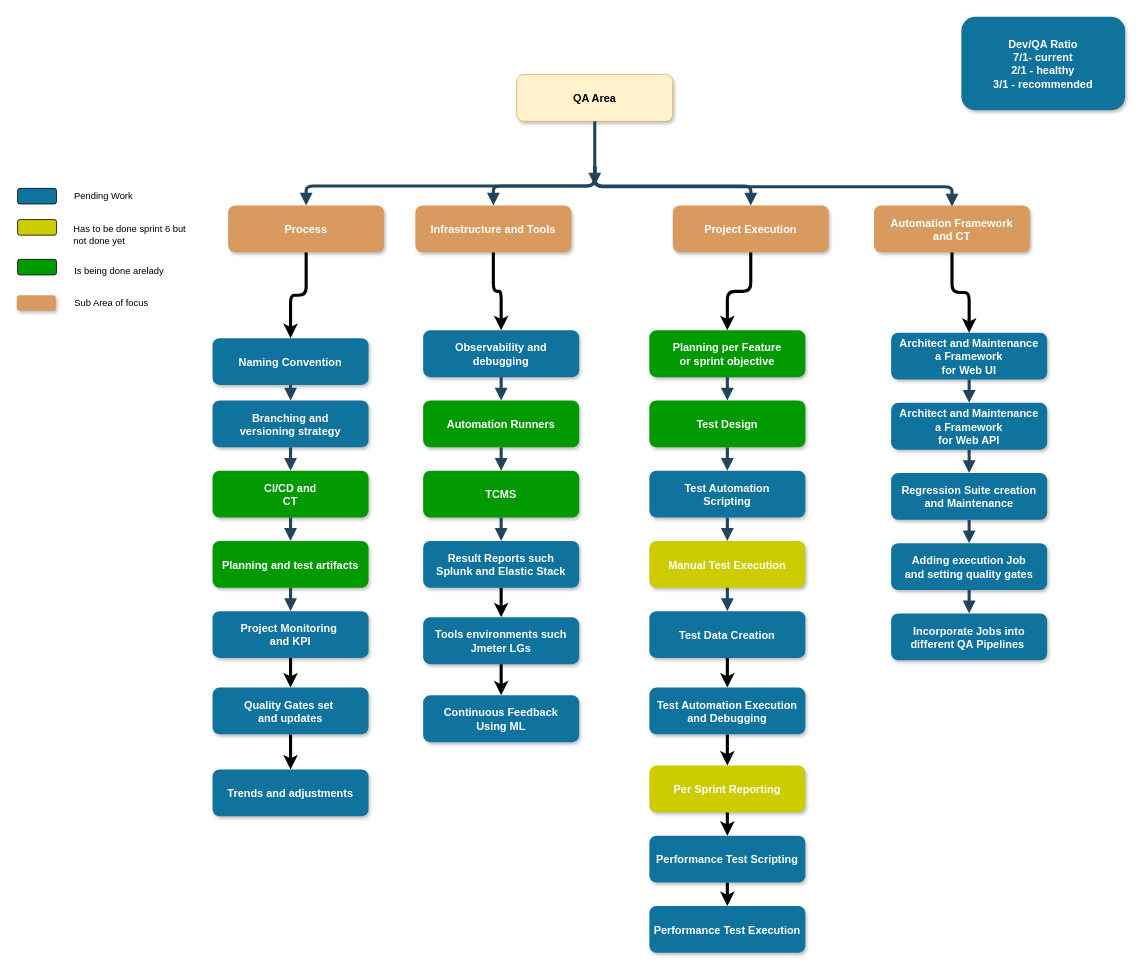
Before: page "General Areas of Work" (1 of 2) of 2 - QA Area.drawio in angeleliseo/qa_process, a draw.io diagram. Source tidied: cells renumbered, new cells numbered last; positions are measured from the earlier drawing's top-left corner, leaving out a move shared by most shapes. Both pictures are drawn from the tidied source at 78%, with x=0, y=0 at pixel (16, 16).
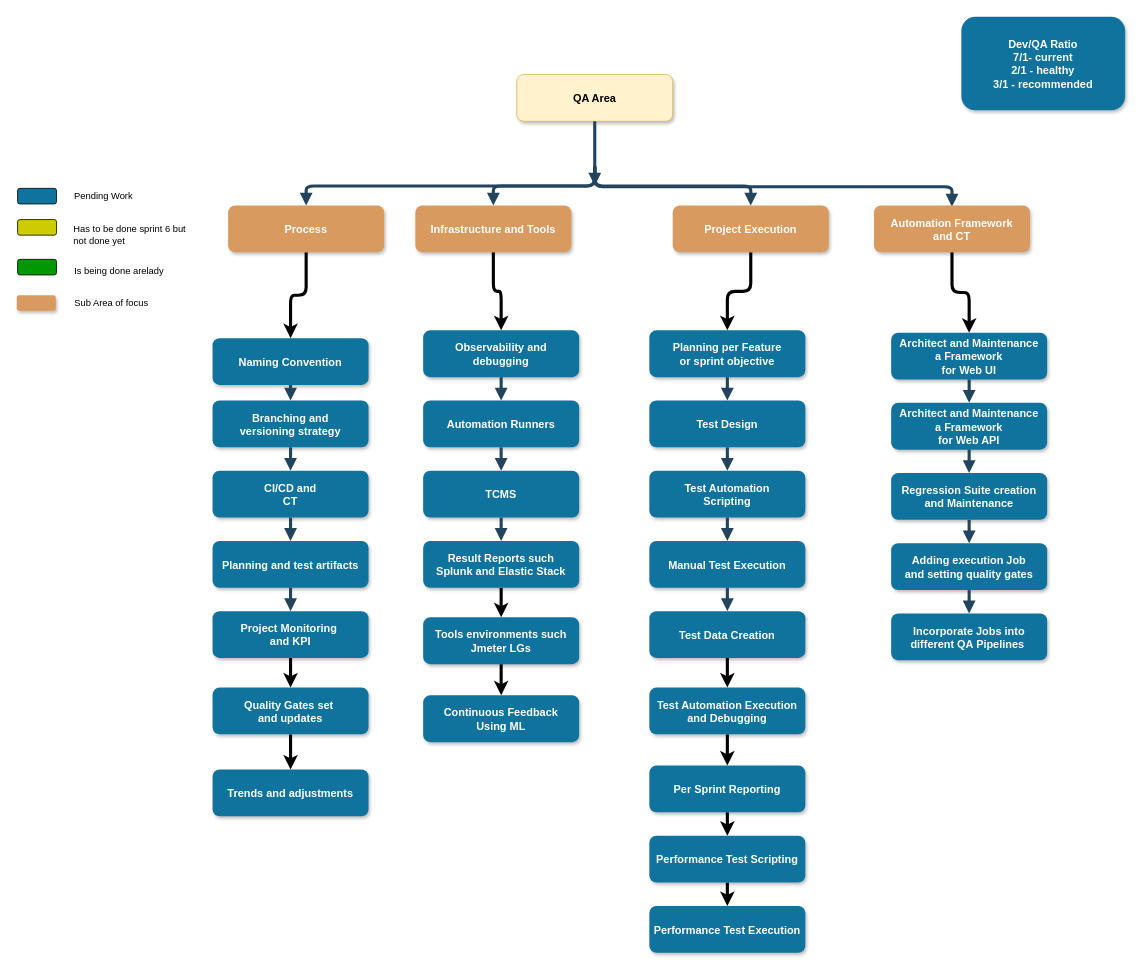
The same diagram, later.

What changed in the source:
```diff
@@
-    <mxCell id="12" value="CI/CD and&#10;CT" style="rounded=1;fillColor=#009900;strokeColor=none;shadow=1;gradientColor=none;fontStyle=1;fontColor=#FFFFFF;fontSize=14;" parent="1" vertex="1">
+    <mxCell id="12" value="CI/CD and&#10;CT" style="rounded=1;fillColor=#10739E;strokeColor=none;shadow=1;gradientColor=none;fontStyle=1;fontColor=#FFFFFF;fontSize=14;" parent="1" vertex="1">
       <mxGeometry x="251" y="582" width="200" height="60" as="geometry" />
     </mxCell>
-    <mxCell id="13" value="Planning and test artifacts" style="rounded=1;fillColor=#009900;strokeColor=none;shadow=1;gradientColor=none;fontStyle=1;fontColor=#FFFFFF;fontSize=14;" parent="1" vertex="1">
+    <mxCell id="13" value="Planning and test artifacts" style="rounded=1;fillColor=#10739E;strokeColor=none;shadow=1;gradientColor=none;fontStyle=1;fontColor=#FFFFFF;fontSize=14;" parent="1" vertex="1">
       <mxGeometry x="251" y="672" width="200" height="60" as="geometry" />
     </mxCell>
@@
-    <mxCell id="17" value="Automation Runners" style="rounded=1;fillColor=#009900;strokeColor=none;shadow=1;gradientColor=none;fontStyle=1;fontColor=#FFFFFF;fontSize=14;" parent="1" vertex="1">
+    <mxCell id="17" value="Automation Runners" style="rounded=1;fillColor=#10739E;strokeColor=none;shadow=1;gradientColor=none;fontStyle=1;fontColor=#FFFFFF;fontSize=14;" parent="1" vertex="1">
       <mxGeometry x="521" y="492" width="200" height="60" as="geometry" />
     </mxCell>
-    <mxCell id="18" value="TCMS" style="rounded=1;fillColor=#009900;strokeColor=none;shadow=1;gradientColor=none;fontStyle=1;fontColor=#FFFFFF;fontSize=14;" parent="1" vertex="1">
+    <mxCell id="18" value="TCMS" style="rounded=1;fillColor=#10739E;strokeColor=none;shadow=1;gradientColor=none;fontStyle=1;fontColor=#FFFFFF;fontSize=14;" parent="1" vertex="1">
       <mxGeometry x="521" y="582" width="200" height="60" as="geometry" />
     </mxCell>
@@
-    <mxCell id="21" value="Planning per Feature&#10;or sprint objective" style="rounded=1;fillColor=#009900;strokeColor=none;shadow=1;gradientColor=none;fontStyle=1;fontColor=#FFFFFF;fontSize=14;" parent="1" vertex="1">
+    <mxCell id="21" value="Planning per Feature&#10;or sprint objective" style="rounded=1;fillColor=#10739E;strokeColor=none;shadow=1;gradientColor=none;fontStyle=1;fontColor=#FFFFFF;fontSize=14;" parent="1" vertex="1">
       <mxGeometry x="811" y="402" width="200" height="60" as="geometry" />
     </mxCell>
-    <mxCell id="22" value="Test Design" style="rounded=1;fillColor=#009900;strokeColor=none;shadow=1;gradientColor=none;fontStyle=1;fontColor=#FFFFFF;fontSize=14;" parent="1" vertex="1">
+    <mxCell id="22" value="Test Design" style="rounded=1;fillColor=#10739E;strokeColor=none;shadow=1;gradientColor=none;fontStyle=1;fontColor=#FFFFFF;fontSize=14;" parent="1" vertex="1">
       <mxGeometry x="811" y="492" width="200" height="60" as="geometry" />
     </mxCell>
@@
-    <mxCell id="24" value="Manual Test Execution" style="rounded=1;fillColor=#CCCC00;strokeColor=none;shadow=1;gradientColor=none;fontStyle=1;fontColor=#FFFFFF;fontSize=14;" parent="1" vertex="1">
+    <mxCell id="24" value="Manual Test Execution" style="rounded=1;fillColor=#10739E;strokeColor=none;shadow=1;gradientColor=none;fontStyle=1;fontColor=#FFFFFF;fontSize=14;" parent="1" vertex="1">
       <mxGeometry x="811" y="672" width="200" height="60" as="geometry" />
     </mxCell>
@@
-    <mxCell id="62" value="Per Sprint Reporting" style="rounded=1;fillColor=#CCCC00;strokeColor=none;shadow=1;gradientColor=none;fontStyle=1;fontColor=#FFFFFF;fontSize=14;" parent="1" vertex="1">
+    <mxCell id="62" value="Per Sprint Reporting" style="rounded=1;fillColor=#10739E;strokeColor=none;shadow=1;gradientColor=none;fontStyle=1;fontColor=#FFFFFF;fontSize=14;" parent="1" vertex="1">
       <mxGeometry x="811" y="960" width="200" height="60" as="geometry" />
     </mxCell>
```
